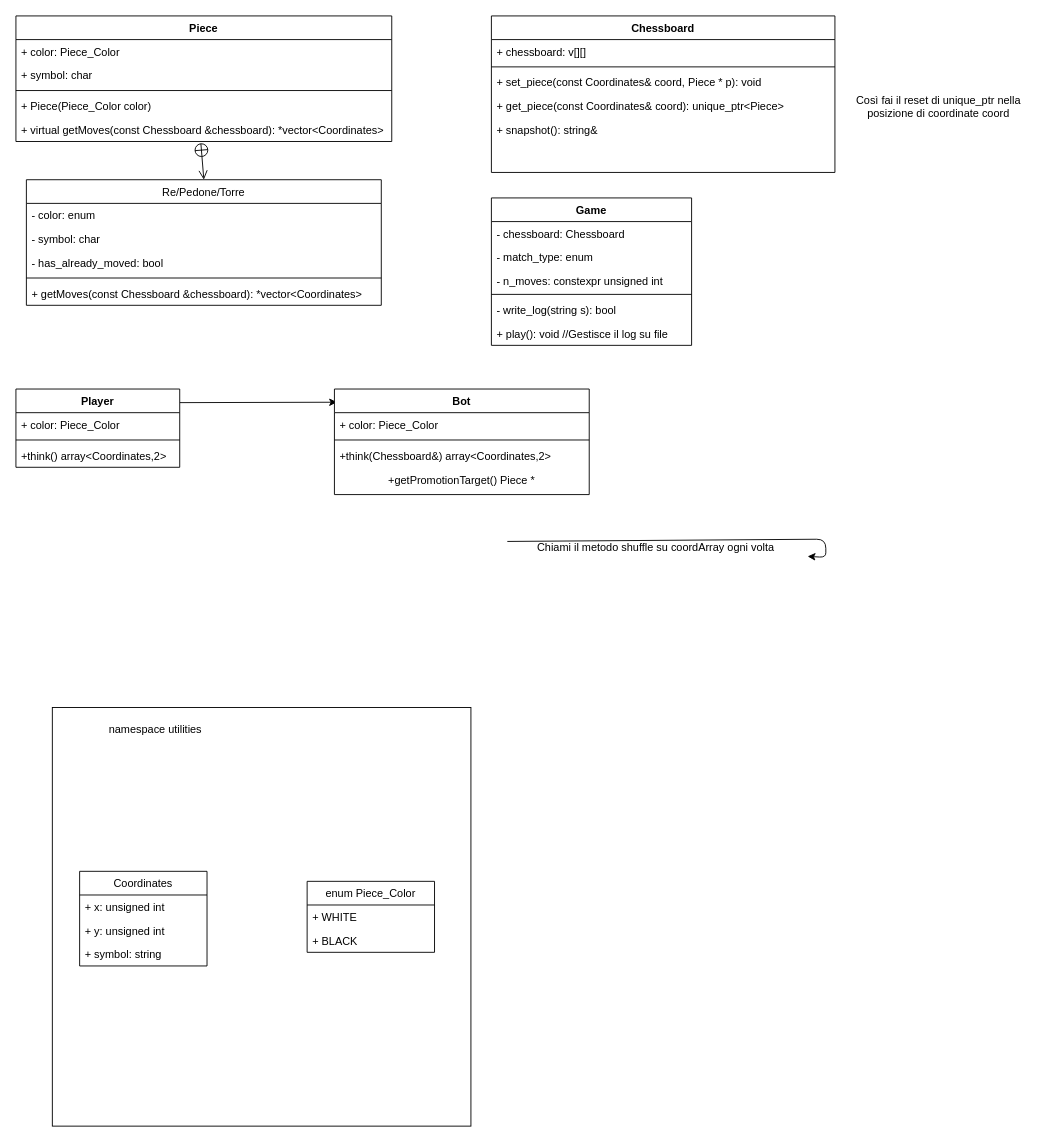
Earlier version of the draw.io diagram docs/Untitled Diagram.drawio (OrnitorincoPazzoSgravato/LdP-Scacchiera). Source tidied: cells renumbered, new cells numbered last; positions are measured from the earlier drawing's top-left corner, leaving out a move shared by most shapes. Both pictures are drawn from the tidied source at 91%, with x=0, y=0 at pixel (15, 15).
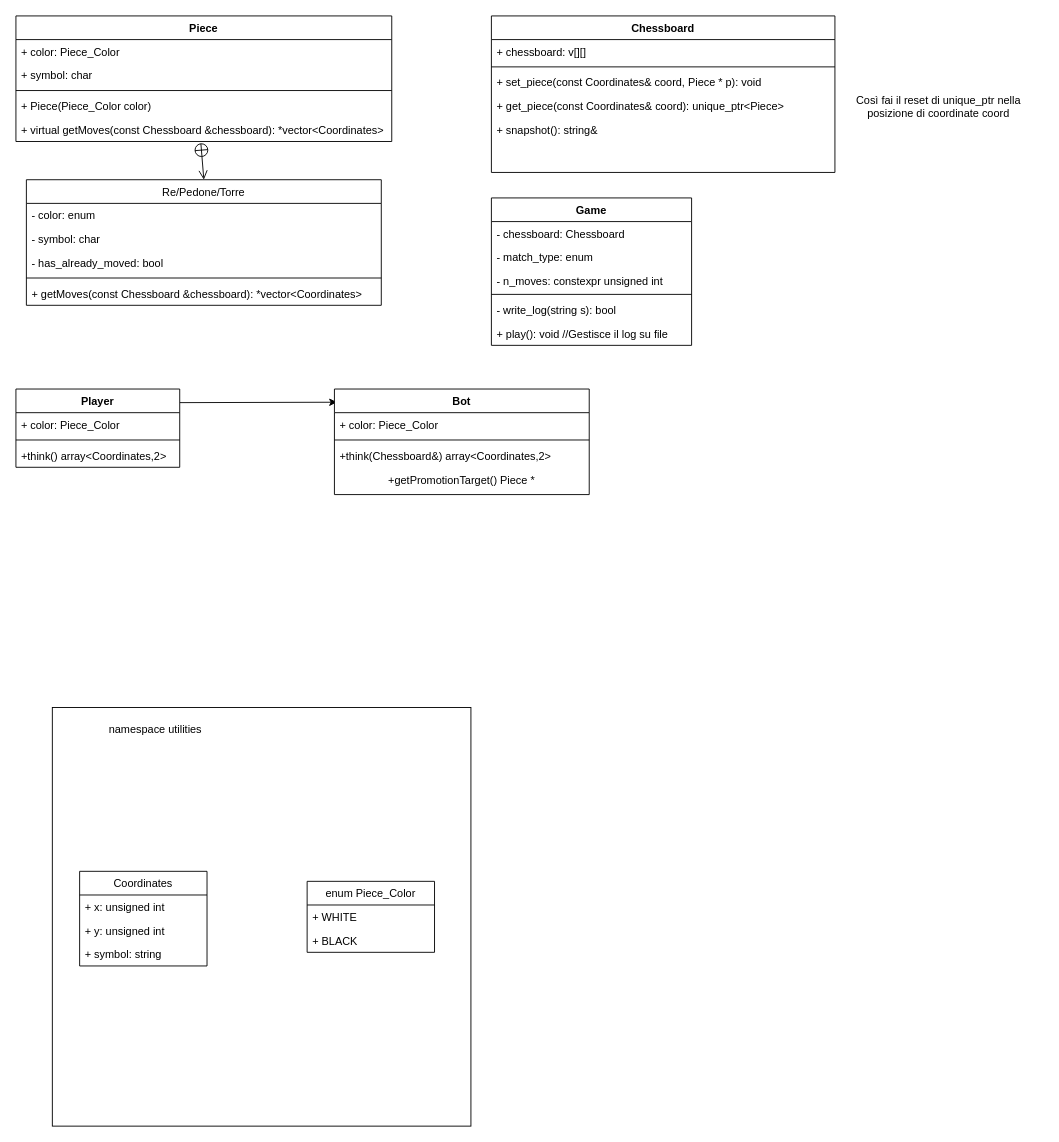
Above is the later version.

The edit, as a diff of the source:
```diff
@@
-    <mxCell id="49" value="Chiami il metodo shuffle su coordArray ogni volta&amp;nbsp;" style="text;html=1;strokeColor=none;fillColor=none;align=center;verticalAlign=middle;whiteSpace=wrap;rounded=0;" parent="1" vertex="1">
-      <mxGeometry x="540" y="570" width="330" height="30" as="geometry" />
-    </mxCell>
-    <mxCell id="50" style="edgeStyle=none;html=1;exitX=0;exitY=0.25;exitDx=0;exitDy=0;" parent="1" edge="1" source="49" target="49">
-      <mxGeometry relative="1" as="geometry" />
-    </mxCell>
```
